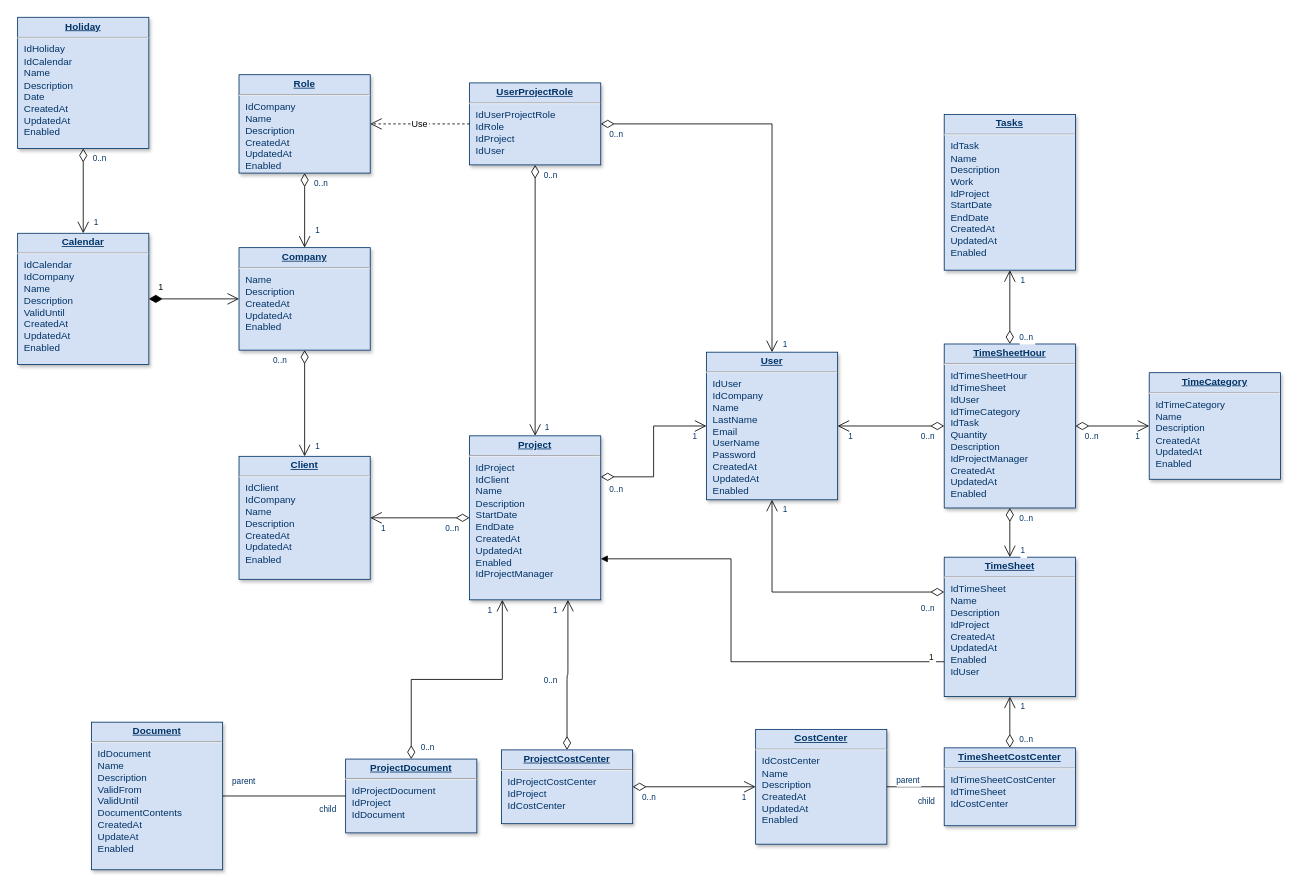
Earlier version of the draw.io diagram Diagrama sin título.drawio (crisdd0302/crisdd0302). Source tidied: cells renumbered, new cells numbered last; positions are measured from the earlier drawing's top-left corner, leaving out a move shared by most shapes. Both pictures are drawn from the tidied source at 82%, with x=0, y=0 at pixel (17, 17).
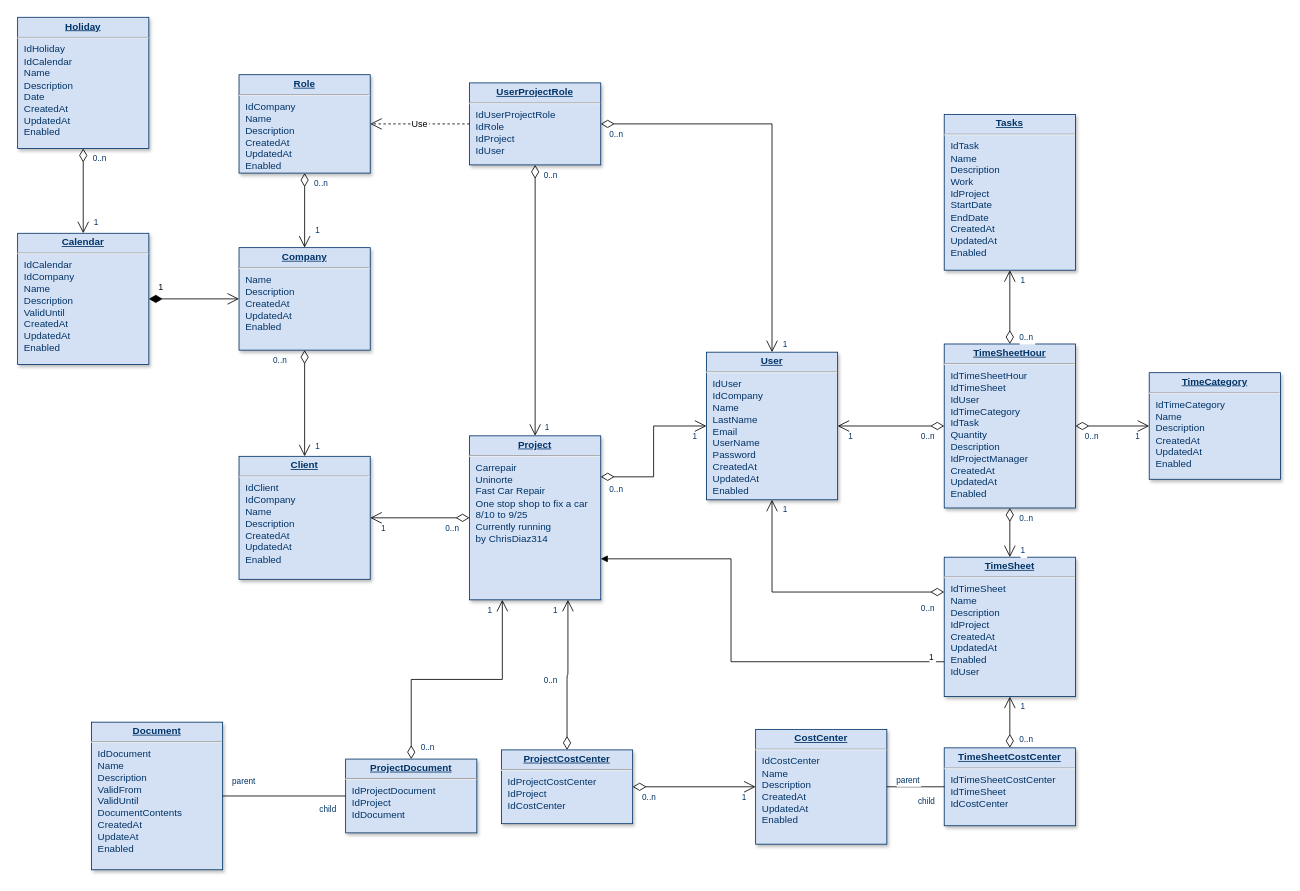
After the change.

Change to the diagram source:
```diff
@@
-    <mxCell id="12" value="&lt;p style=&quot;margin: 0px; margin-top: 4px; text-align: center; text-decoration: underline;&quot;&gt;&lt;strong&gt;Project&lt;/strong&gt;&lt;/p&gt;&lt;hr /&gt;&lt;p style=&quot;margin: 0px; margin-left: 8px;&quot;&gt;IdProject&lt;/p&gt;&lt;p style=&quot;margin: 0px; margin-left: 8px;&quot;&gt;IdClient&lt;/p&gt;&lt;p style=&quot;margin: 0px; margin-left: 8px;&quot;&gt;Name&lt;/p&gt;&lt;p style=&quot;margin: 0px; margin-left: 8px;&quot;&gt;Description&lt;/p&gt;&lt;p style=&quot;margin: 0px; margin-left: 8px;&quot;&gt;StartDate&lt;/p&gt;&lt;p style=&quot;margin: 0px; margin-left: 8px;&quot;&gt;EndDate&lt;/p&gt;&lt;p style=&quot;margin: 0px; margin-left: 8px;&quot;&gt;CreatedAt&lt;/p&gt;&lt;p style=&quot;margin: 0px; margin-left: 8px;&quot;&gt;UpdatedAt&lt;/p&gt;&lt;p style=&quot;margin: 0px; margin-left: 8px;&quot;&gt;Enabled&lt;br /&gt;IdProjectManager&lt;/p&gt;" style="verticalAlign=top;align=left;overflow=fill;fontSize=12;fontFamily=Helvetica;html=1;strokeColor=#003366;shadow=1;fillColor=#D4E1F5;fontColor=#003366;" parent="1" vertex="1">
+    <mxCell id="12" value="&lt;p style=&quot;margin: 0px; margin-top: 4px; text-align: center; text-decoration: underline;&quot;&gt;&lt;strong&gt;Project&lt;/strong&gt;&lt;/p&gt;&lt;hr&gt;&lt;p style=&quot;margin: 0px; margin-left: 8px;&quot;&gt;Carrepair&lt;/p&gt;&lt;p style=&quot;margin: 0px; margin-left: 8px;&quot;&gt;Uninorte&lt;/p&gt;&lt;p style=&quot;margin: 0px; margin-left: 8px;&quot;&gt;Fast Car Repair&lt;/p&gt;&lt;p style=&quot;margin: 0px; margin-left: 8px;&quot;&gt;One stop shop to fix a car&lt;/p&gt;&lt;p style=&quot;margin: 0px; margin-left: 8px;&quot;&gt;8/10 to&amp;nbsp;&lt;span style=&quot;background-color: initial;&quot;&gt;9/25&lt;/span&gt;&lt;/p&gt;&lt;p style=&quot;margin: 0px; margin-left: 8px;&quot;&gt;Currently running&lt;br&gt;by ChrisDiaz314&lt;/p&gt;" style="verticalAlign=top;align=left;overflow=fill;fontSize=12;fontFamily=Helvetica;html=1;strokeColor=#003366;shadow=1;fillColor=#D4E1F5;fontColor=#003366;" parent="1" vertex="1">
       <mxGeometry x="551.1" y="510" width="160" height="200" as="geometry" />
     </mxCell>
```
